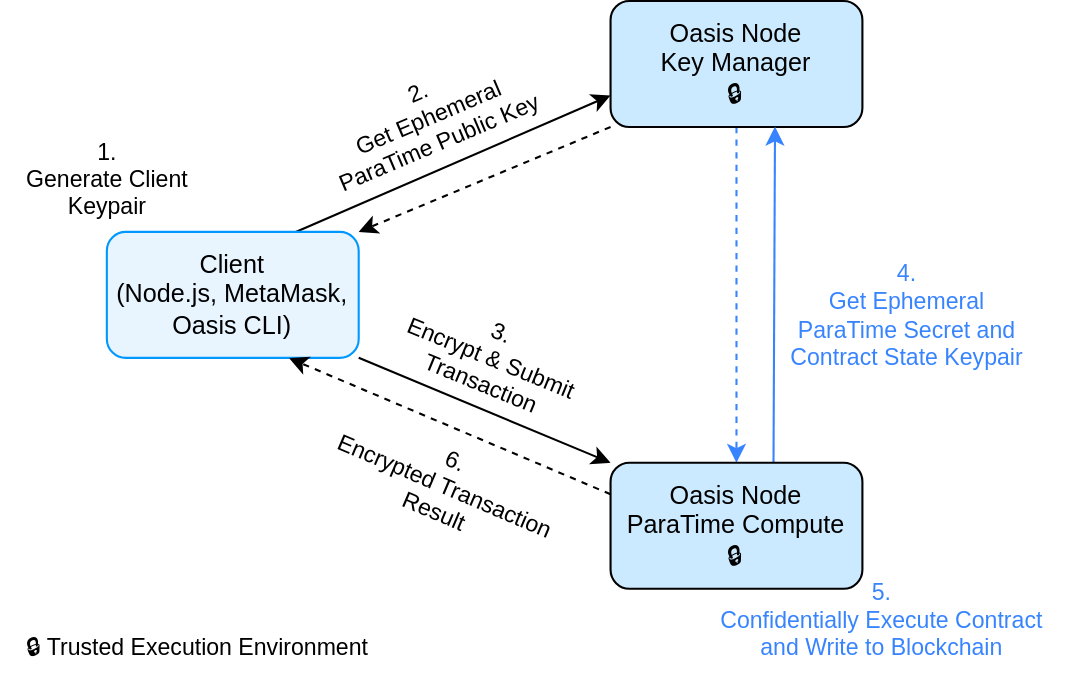
Earlier version of the draw.io export docs/general/images/architecture/client-km-compute.svg (oasisprotocol/docs). Source tidied: cells renumbered, new cells last; positions are measured from the earlier drawing's top-left corner, leaving out a move shared by most shapes.
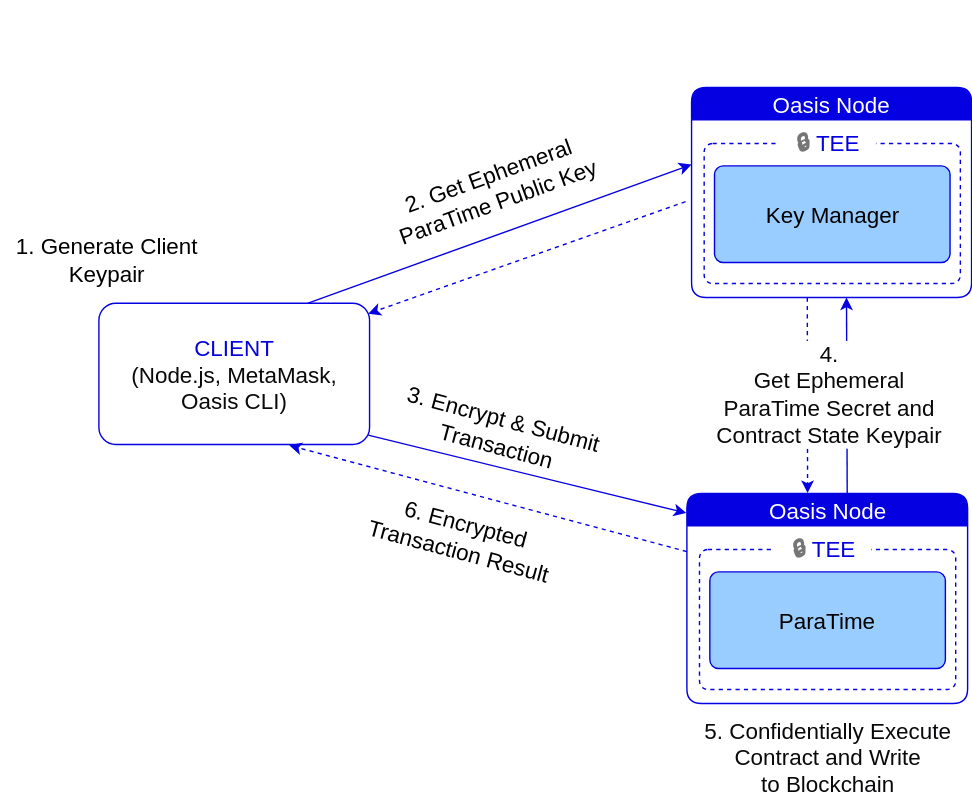
After the change.

Change to the diagram source:
```diff
@@ -1,62 +1,98 @@
-<mxGraphModel>
+<mxGraphModel background="light-dark(#FFFFFF,#1B1B1D)">
   <root>
     <mxCell id="0" />
     <mxCell id="1" parent="0" />
-    <mxCell id="2" style="rounded=0;jettySize=auto;html=1;exitX=0.75;exitY=0;exitDx=0;exitDy=0;entryX=0;entryY=0.75;entryDx=0;entryDy=0;startArrow=none;startFill=0;" parent="1" edge="1" source="6" target="9">
-      <mxGeometry relative="1" as="geometry" />
-    </mxCell>
+    <mxCell id="18" style="rounded=1;whiteSpace=wrap;html=1;fontFamily=Tahoma, Verdana, Segoe, sans-serif;fillColor=light-dark(#FFFFFF,#1B1B1D);strokeColor=none;dashed=1;arcSize=6;" parent="1" vertex="1">
+      <mxGeometry x="453.3" y="-140" width="200" height="140" as="geometry" />
+    </mxCell>
+    <mxCell id="19" style="rounded=1;whiteSpace=wrap;html=1;fontFamily=Tahoma, Verdana, Segoe, sans-serif;fillColor=light-dark(#FFFFFF,#1B1B1D);strokeColor=none;dashed=1;arcSize=0;" parent="1" vertex="1">
+      <mxGeometry x="450.2" y="160" width="200" height="130" as="geometry" />
+    </mxCell>
+    <mxCell id="20" style="rounded=0;jettySize=auto;html=1;exitX=0.773;exitY=0;exitDx=0;exitDy=0;startArrow=none;startFill=0;fontFamily=Tahoma, Verdana, Segoe, sans-serif;strokeColor=light-dark(#0500E1,#03FFFF);exitPerimeter=0;" parent="1" edge="1" source="22">
+      <mxGeometry relative="1" as="geometry">
+        <mxPoint x="453.3" y="-95" as="targetPoint" />
+      </mxGeometry>
+    </mxCell>
-    <mxCell id="3" value="&lt;div&gt;2.&lt;/div&gt;&lt;div&gt;Get Ephemeral&lt;/div&gt;&lt;div&gt;ParaTime Public Key&lt;br&gt;&lt;/div&gt;" style="edgeLabel;html=1;align=center;verticalAlign=middle;rotation=337;labelBackgroundColor=none;" parent="2" vertex="1">
+    <mxCell id="3" value="&lt;div&gt;&lt;font style=&quot;font-size: 16px;&quot;&gt;2.&amp;nbsp;&lt;span style=&quot;background-color: transparent; color: light-dark(rgb(0, 0, 0), rgb(255, 255, 255));&quot;&gt;Get Ephemeral&lt;/span&gt;&lt;/font&gt;&lt;/div&gt;&lt;div&gt;&lt;font style=&quot;font-size: 16px;&quot;&gt;ParaTime Public Key&lt;/font&gt;&lt;br&gt;&lt;/div&gt;" style="edgeLabel;html=1;align=center;verticalAlign=middle;rotation=-20;labelBackgroundColor=none;fontFamily=Tahoma, Verdana, Segoe, sans-serif;fontSize=11;" parent="20" vertex="1">
       <mxGeometry x="0.39" y="-4" relative="1" as="geometry">
-        <mxPoint x="-44" y="-13" as="offset" />
+        <mxPoint x="-61" y="-17" as="offset" />
       </mxGeometry>
     </mxCell>
-    <mxCell id="4" style="edgeStyle=none;rounded=0;jettySize=auto;html=1;entryX=0;entryY=0;entryDx=0;entryDy=0;startArrow=none;startFill=0;exitX=1;exitY=1;exitDx=0;exitDy=0;" parent="1" edge="1" source="6" target="14">
-      <mxGeometry relative="1" as="geometry" />
-    </mxCell>
+    <mxCell id="21" style="edgeStyle=none;rounded=0;jettySize=auto;html=1;startArrow=none;startFill=0;exitX=0.995;exitY=0.934;exitDx=0;exitDy=0;fontFamily=Tahoma, Verdana, Segoe, sans-serif;strokeColor=light-dark(#0500E1,#03FFFF);entryX=-0.002;entryY=0.093;entryDx=0;entryDy=0;entryPerimeter=0;exitPerimeter=0;" parent="1" edge="1" source="22" target="32">
+      <mxGeometry relative="1" as="geometry" />
+    </mxCell>
-    <mxCell id="5" value="&lt;div&gt;3.&lt;/div&gt;&lt;div&gt;Encrypt &amp;amp; Submit&lt;/div&gt;&lt;div&gt;Transaction&lt;br&gt;&lt;/div&gt;" style="edgeLabel;html=1;align=center;verticalAlign=middle;rotation=22.3;labelBackgroundColor=none;" parent="4" vertex="1">
+    <mxCell id="5" value="&lt;div&gt;&lt;font style=&quot;font-size: 16px;&quot;&gt;3.&amp;nbsp;&lt;span style=&quot;background-color: transparent; color: light-dark(rgb(0, 0, 0), rgb(255, 255, 255));&quot;&gt;Encrypt &amp;amp; Submit&lt;/span&gt;&lt;/font&gt;&lt;/div&gt;&lt;div&gt;&lt;font style=&quot;font-size: 16px;&quot;&gt;Transaction&lt;/font&gt;&lt;br&gt;&lt;/div&gt;" style="edgeLabel;html=1;align=center;verticalAlign=middle;rotation=15;labelBackgroundColor=none;fontFamily=Tahoma, Verdana, Segoe, sans-serif;fontSize=11;" parent="21" vertex="1">
       <mxGeometry x="-0.21" y="1" relative="1" as="geometry">
-        <mxPoint x="15" y="-19" as="offset" />
+        <mxPoint x="4" y="-24" as="offset" />
       </mxGeometry>
     </mxCell>
-    <mxCell id="6" value="&lt;div&gt;Client&lt;/div&gt;&lt;div&gt;(Node.js, MetaMask,&lt;/div&gt;&lt;div&gt;Oasis CLI)&lt;br&gt;&lt;/div&gt;" style="rounded=1;whiteSpace=wrap;html=1;fillColor=#e8f5ffff;strokeColor=#0097ffff;" parent="1" vertex="1">
-      <mxGeometry x="50" y="110" width="120" height="60" as="geometry" />
-    </mxCell>
-    <mxCell id="7" style="edgeStyle=none;rounded=0;jettySize=auto;html=1;exitX=0;exitY=1;exitDx=0;exitDy=0;startArrow=none;startFill=0;dashed=1;entryX=1;entryY=0;entryDx=0;entryDy=0;" parent="1" edge="1" source="9" target="6">
-      <mxGeometry relative="1" as="geometry" />
-    </mxCell>
-    <mxCell id="8" style="edgeStyle=none;rounded=0;jettySize=auto;html=1;exitX=0.5;exitY=1;exitDx=0;exitDy=0;startArrow=none;startFill=0;dashed=1;strokeColor=#3884ff;" parent="1" edge="1" source="9" target="14">
-      <mxGeometry relative="1" as="geometry" />
-    </mxCell>
-    <mxCell id="9" value="&lt;div&gt;Oasis Node&lt;/div&gt;&lt;div&gt;Key Manager&lt;/div&gt;&lt;div&gt;🔒&lt;br&gt;&lt;/div&gt;" style="rounded=1;whiteSpace=wrap;html=1;fillColor=#cceaffff;strokeColor=#000000;" parent="1" vertex="1">
-      <mxGeometry x="290" width="120" height="60" as="geometry" />
-    </mxCell>
-    <mxCell id="10" style="edgeStyle=none;rounded=0;jettySize=auto;html=1;exitX=0.647;exitY=-0.003;exitDx=0;exitDy=0;startArrow=none;startFill=0;entryX=0.653;entryY=0.997;entryDx=0;entryDy=0;entryPerimeter=0;exitPerimeter=0;strokeColor=#3884ff;" parent="1" edge="1" source="14" target="9">
-      <mxGeometry relative="1" as="geometry" />
-    </mxCell>
+    <mxCell id="22" value="&lt;div&gt;&lt;font style=&quot;font-size: 16px; color: light-dark(rgb(5, 0, 225), rgb(3, 255, 255));&quot;&gt;CLIENT&lt;/font&gt;&lt;/div&gt;&lt;div&gt;&lt;font style=&quot;font-size: 16px; color: light-dark(rgb(9, 9, 11), rgb(255, 255, 255));&quot;&gt;(Node.js, MetaMask,&lt;/font&gt;&lt;/div&gt;&lt;div&gt;&lt;font style=&quot;font-size: 16px; color: light-dark(rgb(9, 9, 11), rgb(255, 255, 255));&quot;&gt;Oasis CLI)&lt;/font&gt;&lt;br&gt;&lt;/div&gt;" style="rounded=1;whiteSpace=wrap;html=1;fillColor=light-dark(#FFFFFF,#1B1B1D);strokeColor=light-dark(#0500E1,#03FFFF);fontFamily=Tahoma, Verdana, Segoe, sans-serif;arcSize=12;" parent="1" vertex="1">
+      <mxGeometry x="30" y="4.1" width="193.3" height="100.9" as="geometry" />
+    </mxCell>
+    <mxCell id="23" style="edgeStyle=none;rounded=0;jettySize=auto;html=1;exitX=0.026;exitY=0.962;exitDx=0;exitDy=0;startArrow=none;startFill=0;dashed=1;entryX=0.995;entryY=0.074;entryDx=0;entryDy=0;fontFamily=Tahoma, Verdana, Segoe, sans-serif;strokeColor=light-dark(#0500E1,#03FFFF);entryPerimeter=0;exitPerimeter=0;" parent="1" edge="1" target="22">
+      <mxGeometry relative="1" as="geometry">
+        <mxPoint x="449" y="-68.5" as="sourcePoint" />
+      </mxGeometry>
+    </mxCell>
+    <mxCell id="24" style="edgeStyle=none;rounded=0;orthogonalLoop=1;jettySize=auto;html=1;startArrow=none;startFill=0;dashed=1;strokeColor=light-dark(#0500E1,#03FFFF);fontFamily=Tahoma, Verdana, Segoe, sans-serif;entryX=0.4;entryY=-0.002;entryDx=0;entryDy=0;entryPerimeter=0;" parent="1" edge="1">
+      <mxGeometry relative="1" as="geometry">
+        <mxPoint x="536" as="sourcePoint" />
+        <mxPoint x="536.2" y="139.7" as="targetPoint" />
+      </mxGeometry>
+    </mxCell>
+    <mxCell id="25" style="edgeStyle=none;rounded=0;orthogonalLoop=1;jettySize=auto;html=1;exitX=0.601;exitY=0.002;exitDx=0;exitDy=0;startArrow=none;startFill=0;exitPerimeter=0;strokeColor=light-dark(#0500E1,#03FFFF);fontFamily=Tahoma, Verdana, Segoe, sans-serif;" parent="1" edge="1">
+      <mxGeometry relative="1" as="geometry">
+        <mxPoint x="564.5" y="140.3" as="sourcePoint" />
+        <mxPoint x="564" as="targetPoint" />
+      </mxGeometry>
+    </mxCell>
-    <mxCell id="11" value="&lt;div&gt;4.&lt;/div&gt;&lt;div&gt;Get Ephemeral&lt;/div&gt;&lt;div&gt;ParaTime Secret and&lt;/div&gt;&lt;div&gt;Contract State Keypair&lt;br&gt;&lt;/div&gt;" style="edgeLabel;html=1;align=center;verticalAlign=middle;fontColor=#3884ff;labelBackgroundColor=none;" parent="10" vertex="1">
+    <mxCell id="11" value="&lt;div&gt;&lt;font style=&quot;font-size: 16px;&quot;&gt;4.&lt;/font&gt;&lt;/div&gt;&lt;div&gt;&lt;font style=&quot;font-size: 16px;&quot;&gt;Get Ephemeral&lt;/font&gt;&lt;/div&gt;&lt;div&gt;&lt;font style=&quot;font-size: 16px;&quot;&gt;ParaTime Secret and&lt;/font&gt;&lt;/div&gt;&lt;div&gt;&lt;font style=&quot;font-size: 16px;&quot;&gt;Contract State Keypair&lt;/font&gt;&lt;br&gt;&lt;/div&gt;" style="edgeLabel;html=1;align=center;verticalAlign=middle;fontColor=light-dark(#09090B,#FFFFFF);labelBackgroundColor=light-dark(#FFFFFF,#1B1B1D);fontFamily=Tahoma, Verdana, Segoe, sans-serif;fontSize=11;" parent="25" vertex="1">
       <mxGeometry x="0.11" y="1" relative="1" as="geometry">
-        <mxPoint x="63" y="19" as="offset" />
+        <mxPoint x="-13" y="6" as="offset" />
       </mxGeometry>
     </mxCell>
-    <mxCell id="12" style="rounded=0;jettySize=auto;html=1;exitX=0;exitY=0.25;exitDx=0;exitDy=0;startArrow=none;startFill=0;dashed=1;entryX=0.724;entryY=1.003;entryDx=0;entryDy=0;entryPerimeter=0;" parent="1" edge="1" source="14" target="6">
-      <mxGeometry relative="1" as="geometry" />
-    </mxCell>
+    <mxCell id="26" style="rounded=0;jettySize=auto;html=1;startArrow=none;startFill=0;dashed=1;entryX=0.703;entryY=1.006;entryDx=0;entryDy=0;fontFamily=Tahoma, Verdana, Segoe, sans-serif;strokeColor=light-dark(#0500E1,#03FFFF);exitX=0;exitY=0.25;exitDx=0;exitDy=0;entryPerimeter=0;" parent="1" edge="1" target="22">
+      <mxGeometry relative="1" as="geometry">
+        <mxPoint x="450" y="181.5" as="sourcePoint" />
+      </mxGeometry>
+    </mxCell>
-    <mxCell id="13" value="&lt;div&gt;6.&lt;/div&gt;&lt;div&gt;Encrypted Transaction&lt;/div&gt;&lt;div&gt;Result&lt;br&gt;&lt;/div&gt;" style="edgeLabel;html=1;align=center;verticalAlign=middle;labelBackgroundColor=none;rotation=23.1;" parent="12" vertex="1">
+    <mxCell id="13" value="&lt;div&gt;&lt;font style=&quot;font-size: 16px;&quot;&gt;6.&amp;nbsp;&lt;span style=&quot;background-color: transparent; color: light-dark(rgb(0, 0, 0), rgb(255, 255, 255));&quot;&gt;Encrypted &lt;br&gt;Transaction&amp;nbsp;&lt;/span&gt;&lt;span style=&quot;background-color: transparent; color: light-dark(rgb(0, 0, 0), rgb(255, 255, 255));&quot;&gt;Result&lt;/span&gt;&lt;/font&gt;&lt;/div&gt;" style="edgeLabel;html=1;align=center;verticalAlign=middle;labelBackgroundColor=none;rotation=15;fontFamily=Tahoma, Verdana, Segoe, sans-serif;fontSize=11;" parent="26" vertex="1">
       <mxGeometry x="-0.1" y="-4" relative="1" as="geometry">
-        <mxPoint x="-13" y="28" as="offset" />
+        <mxPoint x="-35" y="27" as="offset" />
       </mxGeometry>
     </mxCell>
-    <mxCell id="14" value="&lt;div&gt;Oasis Node&lt;/div&gt;&lt;div&gt;ParaTime Compute&lt;/div&gt;&lt;div&gt;🔒&lt;br&gt;&lt;/div&gt;" style="rounded=1;whiteSpace=wrap;html=1;fillColor=#cceaffff;strokeColor=#000000;" parent="1" vertex="1">
-      <mxGeometry x="290" y="220" width="120" height="60" as="geometry" />
-    </mxCell>
-    <mxCell id="15" value="&lt;div align=&quot;left&quot;&gt;&lt;font style=&quot;font-size: 11px;&quot;&gt;🔒 Trusted Execution Environment&lt;/font&gt;&lt;/div&gt;" style="text;html=1;align=left;verticalAlign=middle;strokeColor=none;fillColor=none;labelBackgroundColor=none;" parent="1" vertex="1">
-      <mxGeometry x="10" y="293" width="190" height="30" as="geometry" />
-    </mxCell>
-    <mxCell id="16" value="&lt;div style=&quot;font-size: 11px;&quot;&gt;1.&lt;/div&gt;&lt;div style=&quot;font-size: 11px;&quot;&gt;Generate Client&lt;/div&gt;&lt;div style=&quot;font-size: 11px;&quot;&gt;Keypair&lt;/div&gt;" style="text;html=1;align=center;verticalAlign=middle;strokeColor=none;fillColor=none;labelBackgroundColor=none;fontSize=11;" parent="1" vertex="1">
-      <mxGeometry y="60" width="100" height="50" as="geometry" />
+    <mxCell id="16" value="&lt;div&gt;&lt;font style=&quot;font-size: 16px;&quot;&gt;1.&amp;nbsp;&lt;span style=&quot;background-color: transparent; color: light-dark(rgb(0, 0, 0), rgb(255, 255, 255));&quot;&gt;Generate Client&lt;/span&gt;&lt;/font&gt;&lt;/div&gt;&lt;div&gt;&lt;font style=&quot;font-size: 16px;&quot;&gt;Keypair&lt;/font&gt;&lt;/div&gt;" style="text;html=1;align=center;verticalAlign=middle;strokeColor=none;fillColor=none;labelBackgroundColor=none;fontSize=11;fontFamily=Tahoma, Verdana, Segoe, sans-serif;" parent="1" vertex="1">
+      <mxGeometry x="-40" y="-52" width="150" height="50" as="geometry" />
     </mxCell>
-    <mxCell id="17" value="&lt;div style=&quot;font-size: 11px;&quot;&gt;&lt;font style=&quot;font-size: 11px;&quot;&gt;5.&lt;/font&gt;&lt;/div&gt;&lt;div style=&quot;font-size: 11px;&quot;&gt;&lt;font style=&quot;font-size: 11px;&quot;&gt;Confidentially Execute Contract&lt;/font&gt;&lt;/div&gt;&lt;div style=&quot;font-size: 11px;&quot;&gt;&lt;font style=&quot;font-size: 11px;&quot;&gt;and Write to Blockchain&lt;br style=&quot;font-size: 11px;&quot;&gt;&lt;/font&gt;&lt;/div&gt;" style="text;html=1;align=center;verticalAlign=middle;strokeColor=none;fillColor=none;fontSize=11;fontColor=#3884ff;" parent="1" vertex="1">
-      <mxGeometry x="329" y="270" width="180" height="50" as="geometry" />
+    <mxCell id="17" value="&lt;div&gt;&lt;font style=&quot;font-size: 16px;&quot;&gt;&lt;font style=&quot;color: light-dark(rgb(9, 9, 11), rgb(255, 255, 255));&quot;&gt;5.&amp;nbsp;&lt;/font&gt;&lt;span style=&quot;color: light-dark(rgb(9, 9, 11), rgb(255, 255, 255)); background-color: transparent;&quot;&gt;Confidentially Execute &lt;br&gt;Contract&amp;nbsp;&lt;/span&gt;&lt;span style=&quot;color: light-dark(rgb(9, 9, 11), rgb(255, 255, 255)); background-color: transparent;&quot;&gt;and Write &lt;br&gt;to Blockchain&lt;/span&gt;&lt;/font&gt;&lt;/div&gt;" style="text;html=1;align=center;verticalAlign=middle;strokeColor=none;fillColor=none;fontSize=11;fontColor=#3884ff;fontFamily=Tahoma, Verdana, Segoe, sans-serif;" parent="1" vertex="1">
+      <mxGeometry x="450" y="293" width="200" height="70" as="geometry" />
     </mxCell>
+    <mxCell id="27" value="&lt;font style=&quot;font-weight: normal; color: light-dark(rgb(255, 255, 255), rgb(27, 27, 29)); font-size: 16px;&quot;&gt;Oasis Node&lt;/font&gt;" style="swimlane;whiteSpace=wrap;html=1;hachureGap=4;fontFamily=Tahoma, Verdana, Segoe, sans-serif;fillColor=light-dark(#0500E1,#03FFFF);strokeColor=light-dark(#0500E1,#03FFFF);swimlaneLine=1;rounded=1;" parent="1" vertex="1">
+      <mxGeometry x="453.3" y="-150" width="200" height="150" as="geometry" />
+    </mxCell>
+    <mxCell id="28" value="t" style="rounded=1;whiteSpace=wrap;html=1;fontFamily=Tahoma, Verdana, Segoe, sans-serif;fillColor=light-dark(#FFFFFF,#1B1B1D);strokeColor=light-dark(#0500E1,#03FFFF);dashed=1;arcSize=6;" parent="27" vertex="1">
+      <mxGeometry x="9" y="40" width="183" height="100" as="geometry" />
+    </mxCell>
+    <mxCell id="29" value="&lt;div style=&quot;line-height: 110%;&quot;&gt;&lt;div style=&quot;line-height: 120%;&quot;&gt;&lt;span style=&quot;font-size: 16px; line-height: 120%;&quot;&gt;&lt;font&gt;Key Manager&lt;/font&gt;&lt;/span&gt;&lt;br&gt;&lt;span style=&quot;font-size: 16px;&quot;&gt;&lt;/span&gt;&lt;/div&gt;&lt;/div&gt;" style="rounded=1;whiteSpace=wrap;html=1;fontFamily=Tahoma, Verdana, Segoe, sans-serif;fillColor=light-dark(#99CCFF,#003333);strokeColor=light-dark(#0500E1,#03FFFF);arcSize=9;" parent="27" vertex="1">
+      <mxGeometry x="16.4" y="56" width="168.2" height="69" as="geometry" />
+    </mxCell>
+    <mxCell id="30" value="&lt;div&gt;&lt;font style=&quot;font-size: 16px;&quot;&gt;&lt;span style=&quot;color: rgb(118, 118, 118); font-weight: 700; text-align: start; text-wrap-mode: wrap;&quot;&gt;🔒&lt;/span&gt;&lt;span style=&quot;color: rgb(118, 118, 118); font-weight: 700; text-align: start; text-wrap-mode: wrap;&quot;&gt;&amp;nbsp;&lt;/span&gt;&lt;font style=&quot;color: light-dark(rgb(5, 0, 225), rgb(3, 255, 255));&quot;&gt;TEE&lt;/font&gt;&lt;/font&gt;&lt;/div&gt;" style="text;html=1;align=center;verticalAlign=middle;strokeColor=none;fillColor=light-dark(#FFFFFF,#1B1B1D);labelBackgroundColor=none;fontSize=11;fontFamily=Tahoma, Verdana, Segoe, sans-serif;" parent="27" vertex="1">
+      <mxGeometry x="61.7" y="24" width="70" height="30" as="geometry" />
+    </mxCell>
+    <mxCell id="31" value="&lt;span style=&quot;font-family: monospace; font-size: 0px; text-align: start;&quot;&gt;&lt;font style=&quot;color: light-dark(rgb(5, 0, 225), rgb(3, 255, 255));&quot;&gt;TEreraaeraeraer&lt;/font&gt;&lt;/span&gt;" style="text;html=1;align=center;verticalAlign=middle;strokeColor=none;fillColor=none;fontFamily=Tahoma, Verdana, Segoe, sans-serif;" parent="1" vertex="1">
+      <mxGeometry x="520" y="-212" width="20" height="30" as="geometry" />
+    </mxCell>
+    <mxCell id="32" value="&lt;font style=&quot;font-weight: normal; color: light-dark(rgb(255, 255, 255), rgb(27, 27, 29)); font-size: 16px;&quot;&gt;Oasis Node&lt;/font&gt;" style="swimlane;whiteSpace=wrap;html=1;hachureGap=4;fontFamily=Tahoma, Verdana, Segoe, sans-serif;fillColor=light-dark(#0500E1,#03FFFF);strokeColor=light-dark(#0500E1,#03FFFF);swimlaneLine=1;rounded=1;" parent="1" vertex="1">
+      <mxGeometry x="450" y="140" width="200.5" height="150" as="geometry" />
+    </mxCell>
+    <mxCell id="33" value="t" style="rounded=1;whiteSpace=wrap;html=1;fontFamily=Tahoma, Verdana, Segoe, sans-serif;fillColor=light-dark(#FFFFFF,#1B1B1D);strokeColor=light-dark(#0500E1,#03FFFF);dashed=1;arcSize=6;" parent="32" vertex="1">
+      <mxGeometry x="9" y="40" width="183" height="100" as="geometry" />
+    </mxCell>
+    <mxCell id="34" value="&lt;div style=&quot;line-height: 110%;&quot;&gt;&lt;div style=&quot;line-height: 120%;&quot;&gt;&lt;span style=&quot;font-size: 16px; line-height: 120%;&quot;&gt;&lt;font&gt;ParaTime&lt;/font&gt;&lt;/span&gt;&lt;br&gt;&lt;span style=&quot;font-size: 16px;&quot;&gt;&lt;/span&gt;&lt;/div&gt;&lt;/div&gt;" style="rounded=1;whiteSpace=wrap;html=1;fontFamily=Tahoma, Verdana, Segoe, sans-serif;fillColor=light-dark(#99CCFF,#003333);strokeColor=light-dark(#0500E1,#03FFFF);arcSize=9;" parent="32" vertex="1">
+      <mxGeometry x="16.4" y="56" width="168.2" height="69" as="geometry" />
+    </mxCell>
+    <mxCell id="35" value="&lt;div&gt;&lt;font style=&quot;font-size: 16px;&quot;&gt;&lt;span style=&quot;color: rgb(118, 118, 118); font-weight: 700; text-align: start; text-wrap-mode: wrap;&quot;&gt;🔒&amp;nbsp;&lt;/span&gt;&lt;font style=&quot;color: light-dark(rgb(5, 0, 225), rgb(3, 255, 255));&quot;&gt;TEE&lt;/font&gt;&lt;/font&gt;&lt;/div&gt;" style="text;html=1;align=center;verticalAlign=middle;strokeColor=none;fillColor=light-dark(#FFFFFF,#1B1B1D);labelBackgroundColor=none;fontSize=11;fontFamily=Tahoma, Verdana, Segoe, sans-serif;" parent="32" vertex="1">
+      <mxGeometry x="61.7" y="24" width="70" height="30" as="geometry" />
+    </mxCell>
   </root>
 </mxGraphModel>
```
